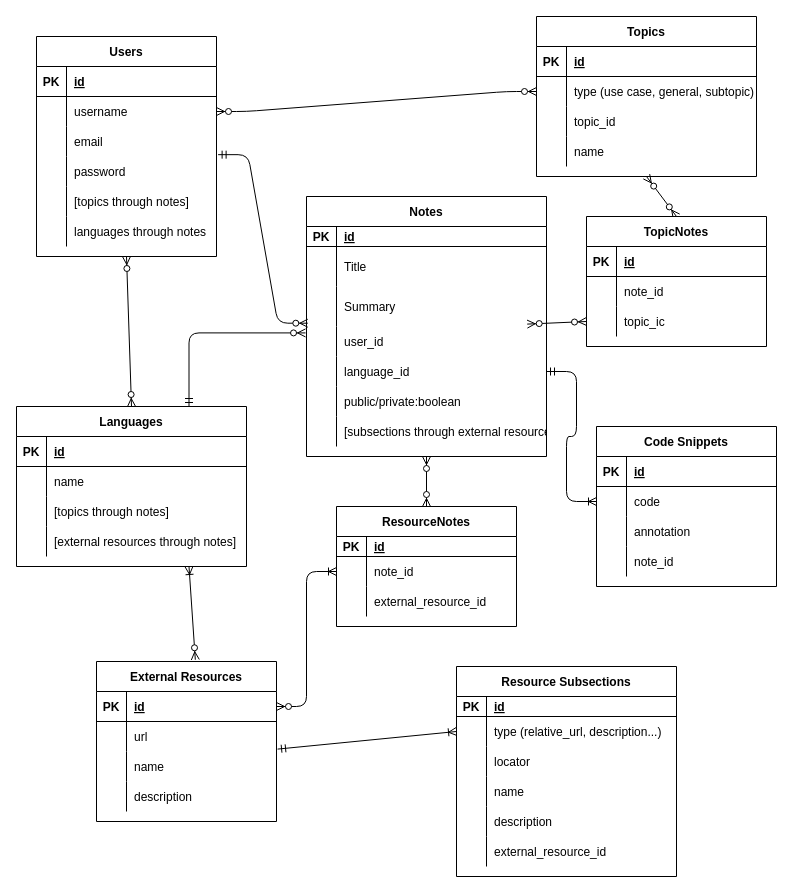
Above: Rails Portfolio Project ERD.drawio in charlie763/code-notes (draw.io), before the change. Source tidied: cells renumbered, new cells numbered last; positions are measured from the earlier drawing's top-left corner, leaving out a move shared by most shapes. Both pictures are drawn from the tidied source at 100%, with x=0, y=0 at pixel (16, 16).
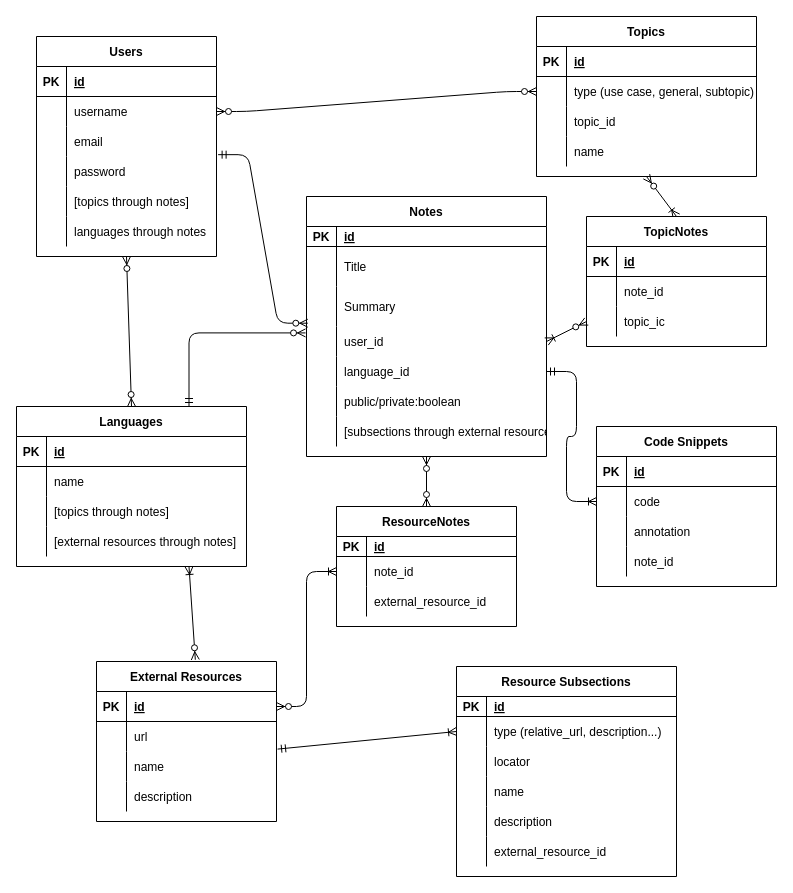
After the change.

Unchanged cells that the change refers to:
```xml
<mxCell id="10" value="Topics" style="shape=table;startSize=30;childLayout=tableLayout;rowLines=0;fontStyle=1;align=center;" parent="1" vertex="1">
  <mxGeometry x="520" width="220" height="160" as="geometry" />
</mxCell>
<mxCell id="96" style="shape=partialRectangle;fillColor=none;top=0;left=0;bottom=0;right=0;points=[[0,0.5],[1,0.5]];portConstraint=eastwest;" parent="86" vertex="1">
  <mxGeometry y="130" width="240" height="30" as="geometry" />
</mxCell>
<mxCell id="109" value="TopicNotes" style="shape=table;startSize=30;childLayout=tableLayout;rowLines=0;fontStyle=1;align=center;" parent="1" vertex="1">
  <mxGeometry x="570" y="200" width="180" height="130" as="geometry" />
</mxCell>
<mxCell id="116" style="shape=partialRectangle;fillColor=none;top=0;left=0;bottom=0;right=0;points=[[0,0.5],[1,0.5]];portConstraint=eastwest;" parent="109" vertex="1">
  <mxGeometry y="90" width="180" height="30" as="geometry" />
</mxCell>
```

What changed in the source:
```diff
@@
-    <mxCell id="5" style="fontSize=12;html=1;endArrow=ERzeroToMany;endFill=1;startArrow=ERzeroToMany;exitX=1.003;exitY=-0.08;exitDx=0;exitDy=0;exitPerimeter=0;entryX=0;entryY=0.5;entryDx=0;entryDy=0;" parent="1" edge="1" target="116">
-      <mxGeometry relative="1" as="geometry">
-        <mxPoint x="510.7" y="307.6" as="sourcePoint" />
-      </mxGeometry>
+    <mxCell id="5" style="fontSize=12;html=1;endArrow=ERzeroToMany;endFill=1;startArrow=ERoneToMany;exitX=1;exitY=0.5;exitDx=0;exitDy=0;entryX=0;entryY=0.5;entryDx=0;entryDy=0;startFill=0;" parent="1" edge="1" source="96" target="116">
+      <mxGeometry relative="1" as="geometry" />
     </mxCell>
@@
-    <mxCell id="23" style="fontSize=12;html=1;endArrow=ERzeroToMany;endFill=1;startArrow=ERzeroToMany;exitX=0.5;exitY=1;exitDx=0;exitDy=0;entryX=0.5;entryY=0;entryDx=0;entryDy=0;" parent="1" edge="1" source="10" target="109">
+    <mxCell id="23" style="fontSize=12;html=1;endArrow=ERoneToMany;endFill=0;startArrow=ERzeroToMany;exitX=0.5;exitY=1;exitDx=0;exitDy=0;entryX=0.5;entryY=0;entryDx=0;entryDy=0;" parent="1" edge="1" source="10" target="109">
       <mxGeometry relative="1" as="geometry" />
     </mxCell>
```
